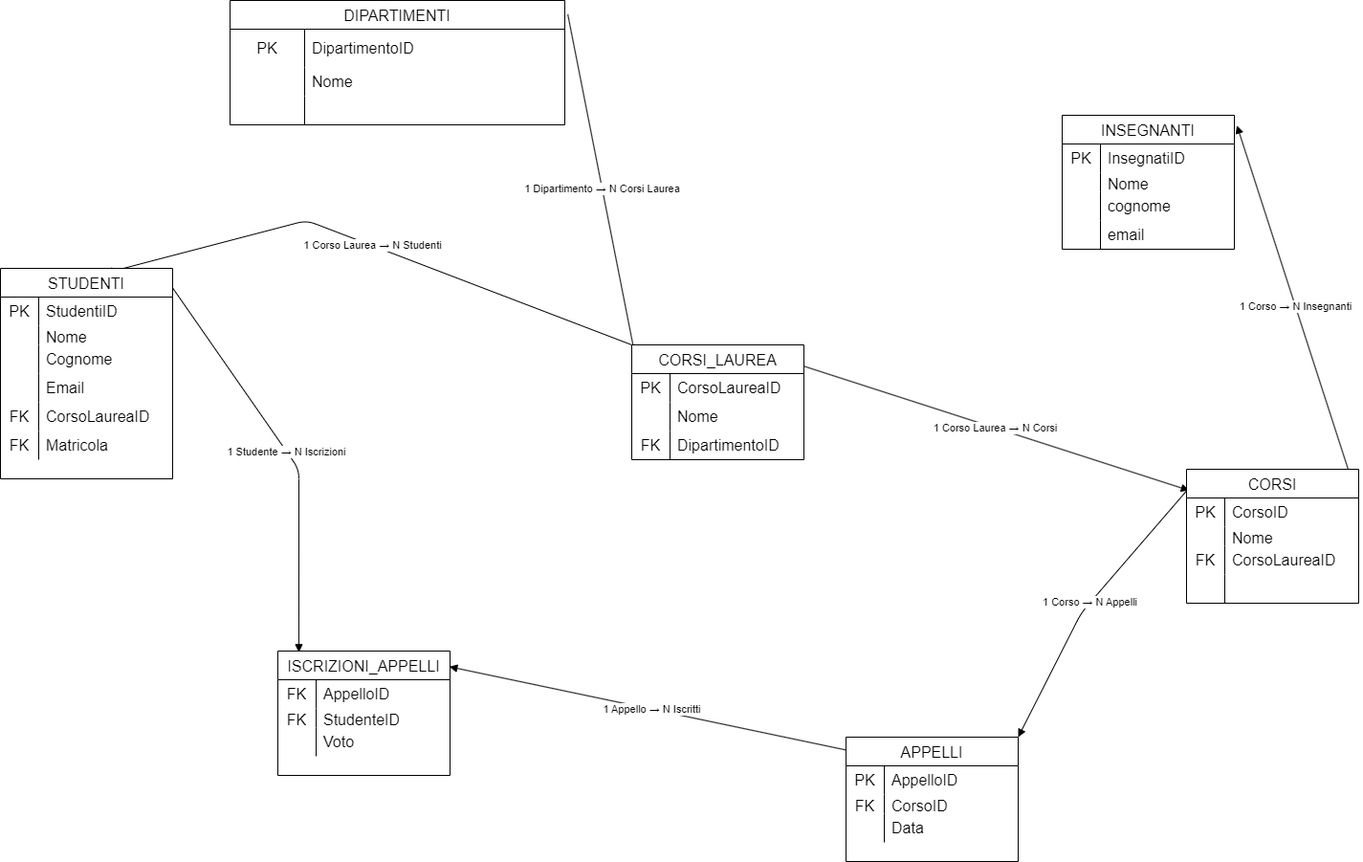
RiccardoDelrio/db-university keeps this draw.io diagram as university.png. Above is the earlier version. Source tidied: cells renumbered, new cells last; positions are measured from the earlier drawing's top-left corner, leaving out a move shared by most shapes.
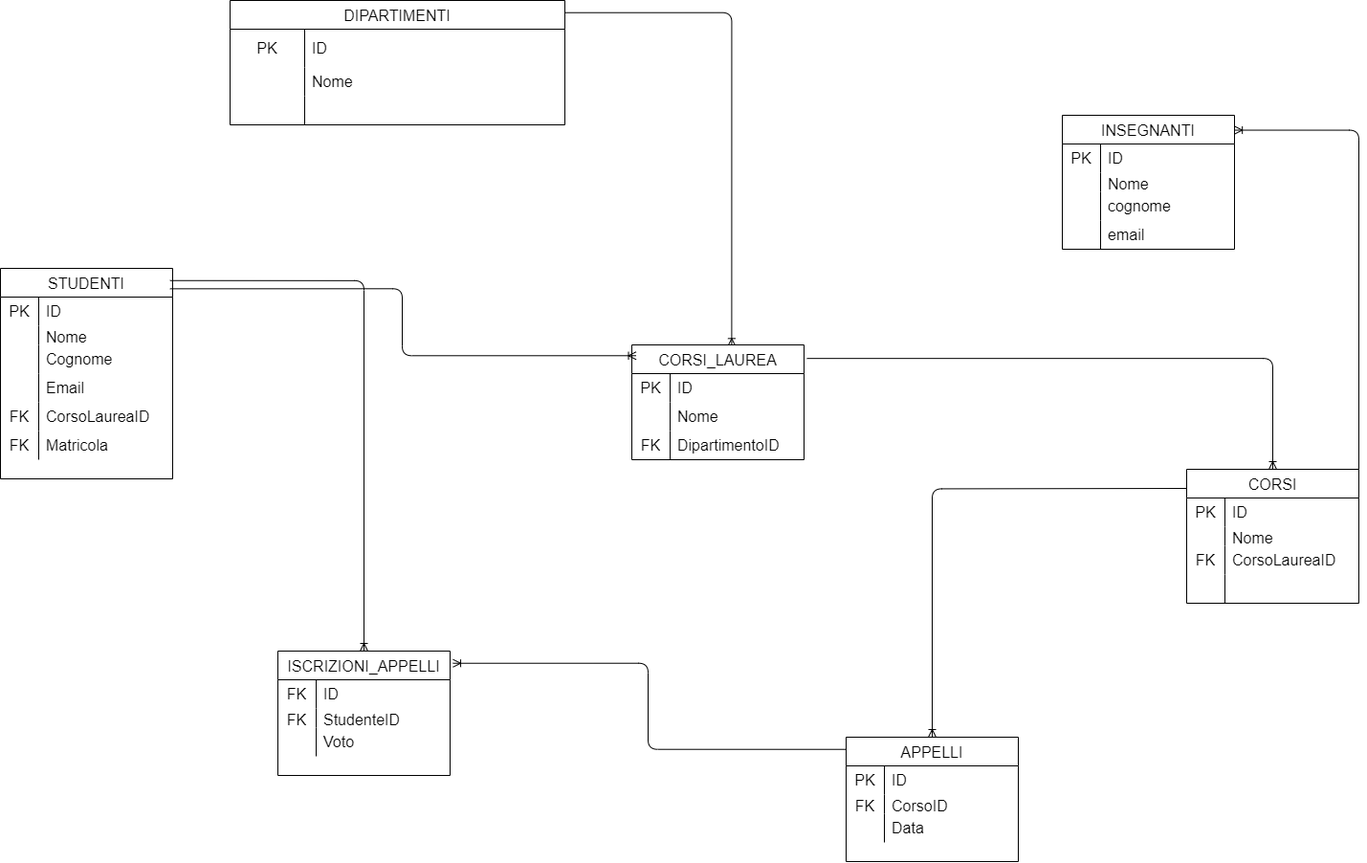
Above is the later version.

Change to the diagram source:
```diff
@@ -2,39 +2,9 @@
   <root>
     <mxCell id="0" />
     <mxCell id="1" parent="0" />
-    <mxCell id="2" value="1 Dipartimento → N Corsi Laurea" style="endArrow=block;html=1;exitX=1.009;exitY=0.112;exitDx=0;exitDy=0;entryX=0.029;entryY=0.166;entryDx=0;entryDy=0;entryPerimeter=0;exitPerimeter=0;" parent="1" edge="1" source="9" target="19">
+    <mxCell id="2" style="edgeStyle=orthogonalEdgeStyle;fontSize=12;html=1;endArrow=ERoneToMany;exitX=0.992;exitY=0.098;exitDx=0;exitDy=0;exitPerimeter=0;entryX=0.58;entryY=0.011;entryDx=0;entryDy=0;entryPerimeter=0;" parent="1" edge="1" source="9" target="19">
       <mxGeometry relative="1" as="geometry" />
     </mxCell>
-    <mxCell id="3" value="1 Corso Laurea → N Corsi" style="endArrow=block;html=1;exitX=0.99;exitY=0.181;exitDx=0;exitDy=0;exitPerimeter=0;entryX=0.015;entryY=0.158;entryDx=0;entryDy=0;entryPerimeter=0;" parent="1" edge="1" source="19" target="29">
-      <mxGeometry relative="1" as="geometry" />
-    </mxCell>
-    <mxCell id="4" value="1 Corso → N Appelli" style="endArrow=block;html=1;entryX=1;entryY=0;entryDx=0;entryDy=0;exitX=0.022;exitY=0.129;exitDx=0;exitDy=0;exitPerimeter=0;" parent="1" edge="1" source="29" target="55">
-      <mxGeometry relative="1" as="geometry">
-        <Array as="points">
-          <mxPoint x="1130" y="640" />
-        </Array>
-      </mxGeometry>
-    </mxCell>
-    <mxCell id="5" value="1 Studente → N Iscrizioni" style="endArrow=block;html=1;exitX=0.983;exitY=0.073;exitDx=0;exitDy=0;exitPerimeter=0;entryX=0.122;entryY=0.01;entryDx=0;entryDy=0;entryPerimeter=0;" parent="1" edge="1" source="65" target="84">
-      <mxGeometry relative="1" as="geometry">
-        <Array as="points">
-          <mxPoint x="312" y="490" />
-        </Array>
-      </mxGeometry>
-    </mxCell>
-    <mxCell id="6" value="1 Appello → N Iscritti" style="endArrow=block;html=1;exitX=0.033;exitY=0.113;exitDx=0;exitDy=0;exitPerimeter=0;entryX=0.996;entryY=0.126;entryDx=0;entryDy=0;entryPerimeter=0;" parent="1" edge="1" source="55" target="84">
-      <mxGeometry relative="1" as="geometry" />
-    </mxCell>
-    <mxCell id="7" value="1 Corso → N Insegnanti" style="endArrow=block;html=1;exitX=0.976;exitY=0.148;exitDx=0;exitDy=0;exitPerimeter=0;entryX=1.015;entryY=0.076;entryDx=0;entryDy=0;entryPerimeter=0;" parent="1" edge="1" source="29" target="42">
-      <mxGeometry relative="1" as="geometry" />
-    </mxCell>
-    <mxCell id="8" value="1 Corso Laurea → N Studenti" style="endArrow=block;html=1;exitX=0;exitY=0;exitDx=0;exitDy=0;entryX=0.607;entryY=0.023;entryDx=0;entryDy=0;entryPerimeter=0;" parent="1" edge="1" source="19" target="65">
-      <mxGeometry relative="1" as="geometry">
-        <Array as="points">
-          <mxPoint x="320" y="230" />
-        </Array>
-      </mxGeometry>
-    </mxCell>
     <mxCell id="9" value="DIPARTIMENTI" style="shape=table;startSize=30;rowLines=0;fontStyle=0;strokeColor=default;fontSize=16;" parent="1" vertex="1">
       <mxGeometry x="240" width="350" height="130" as="geometry" />
     </mxCell>
@@ -44,7 +14,7 @@
     <mxCell id="11" value="PK" style="shape=partialRectangle;html=1;whiteSpace=wrap;fillColor=none;top=0;left=0;bottom=0;right=0;overflow=hidden;strokeColor=inherit;fontSize=16;" parent="10" vertex="1">
       <mxGeometry width="78" height="40" as="geometry" />
     </mxCell>
-    <mxCell id="12" value="DipartimentoID&amp;nbsp;" style="shape=partialRectangle;html=1;whiteSpace=wrap;fillColor=none;top=0;left=0;bottom=0;right=0;align=left;spacingLeft=6;overflow=hidden;strokeColor=inherit;fontSize=16;" parent="10" vertex="1">
+    <mxCell id="12" value="ID" style="shape=partialRectangle;html=1;whiteSpace=wrap;fillColor=none;top=0;left=0;bottom=0;right=0;align=left;spacingLeft=6;overflow=hidden;strokeColor=inherit;fontSize=16;" parent="10" vertex="1">
       <mxGeometry x="78" width="272" height="40" as="geometry" />
     </mxCell>
     <mxCell id="13" style="shape=tableRow;horizontal=0;startSize=0;swimlaneHead=0;swimlaneBody=0;top=0;left=0;bottom=0;right=0;fillColor=none;strokeColor=inherit;fontSize=16;" parent="9" vertex="1">
@@ -74,7 +44,7 @@
     <mxCell id="21" value="PK" style="shape=partialRectangle;html=1;whiteSpace=wrap;fillColor=none;top=0;left=0;bottom=0;right=0;overflow=hidden;strokeColor=inherit;fontSize=16;" parent="20" vertex="1">
       <mxGeometry width="40" height="30" as="geometry" />
     </mxCell>
-    <mxCell id="22" value="CorsoLaureaID" style="shape=partialRectangle;html=1;whiteSpace=wrap;fillColor=none;top=0;left=0;bottom=0;right=0;align=left;spacingLeft=6;overflow=hidden;strokeColor=inherit;fontSize=16;" parent="20" vertex="1">
+    <mxCell id="22" value="ID" style="shape=partialRectangle;html=1;whiteSpace=wrap;fillColor=none;top=0;left=0;bottom=0;right=0;align=left;spacingLeft=6;overflow=hidden;strokeColor=inherit;fontSize=16;" parent="20" vertex="1">
       <mxGeometry x="40" width="140" height="30" as="geometry" />
     </mxCell>
     <mxCell id="23" style="shape=tableRow;horizontal=0;startSize=0;swimlaneHead=0;swimlaneBody=0;top=0;left=0;bottom=0;right=0;fillColor=none;strokeColor=inherit;fontSize=16;" parent="19" vertex="1">
@@ -104,7 +74,7 @@
     <mxCell id="31" value="PK" style="shape=partialRectangle;html=1;whiteSpace=wrap;fillColor=none;top=0;left=0;bottom=0;right=0;overflow=hidden;strokeColor=inherit;fontSize=16;" parent="30" vertex="1">
       <mxGeometry width="40" height="30" as="geometry" />
     </mxCell>
-    <mxCell id="32" value="CorsoID" style="shape=partialRectangle;html=1;whiteSpace=wrap;fillColor=none;top=0;left=0;bottom=0;right=0;align=left;spacingLeft=6;overflow=hidden;strokeColor=inherit;fontSize=16;" parent="30" vertex="1">
+    <mxCell id="32" value="ID" style="shape=partialRectangle;html=1;whiteSpace=wrap;fillColor=none;top=0;left=0;bottom=0;right=0;align=left;spacingLeft=6;overflow=hidden;strokeColor=inherit;fontSize=16;" parent="30" vertex="1">
       <mxGeometry x="40" width="140" height="30" as="geometry" />
     </mxCell>
     <mxCell id="33" style="shape=tableRow;horizontal=0;startSize=0;swimlaneHead=0;swimlaneBody=0;top=0;left=0;bottom=0;right=0;fillColor=none;strokeColor=inherit;fontSize=16;" parent="29" vertex="1">
@@ -143,7 +113,7 @@
     <mxCell id="44" value="PK" style="shape=partialRectangle;html=1;whiteSpace=wrap;fillColor=none;top=0;left=0;bottom=0;right=0;overflow=hidden;strokeColor=inherit;fontSize=16;" parent="43" vertex="1">
       <mxGeometry width="40" height="30" as="geometry" />
     </mxCell>
-    <mxCell id="45" value="InsegnatiID" style="shape=partialRectangle;html=1;whiteSpace=wrap;fillColor=none;top=0;left=0;bottom=0;right=0;align=left;spacingLeft=6;overflow=hidden;strokeColor=inherit;fontSize=16;" parent="43" vertex="1">
+    <mxCell id="45" value="ID" style="shape=partialRectangle;html=1;whiteSpace=wrap;fillColor=none;top=0;left=0;bottom=0;right=0;align=left;spacingLeft=6;overflow=hidden;strokeColor=inherit;fontSize=16;" parent="43" vertex="1">
       <mxGeometry x="40" width="140" height="30" as="geometry" />
     </mxCell>
     <mxCell id="46" style="shape=tableRow;horizontal=0;startSize=0;swimlaneHead=0;swimlaneBody=0;top=0;left=0;bottom=0;right=0;fillColor=none;strokeColor=inherit;fontSize=16;" parent="42" vertex="1">
@@ -182,7 +152,7 @@
     <mxCell id="57" value="PK" style="shape=partialRectangle;html=1;whiteSpace=wrap;fillColor=none;top=0;left=0;bottom=0;right=0;overflow=hidden;strokeColor=inherit;fontSize=16;" parent="56" vertex="1">
       <mxGeometry width="40" height="30" as="geometry" />
     </mxCell>
-    <mxCell id="58" value="AppelloID" style="shape=partialRectangle;html=1;whiteSpace=wrap;fillColor=none;top=0;left=0;bottom=0;right=0;align=left;spacingLeft=6;overflow=hidden;strokeColor=inherit;fontSize=16;" parent="56" vertex="1">
+    <mxCell id="58" value="ID" style="shape=partialRectangle;html=1;whiteSpace=wrap;fillColor=none;top=0;left=0;bottom=0;right=0;align=left;spacingLeft=6;overflow=hidden;strokeColor=inherit;fontSize=16;" parent="56" vertex="1">
       <mxGeometry x="40" width="140" height="30" as="geometry" />
     </mxCell>
     <mxCell id="59" style="shape=tableRow;horizontal=0;startSize=0;swimlaneHead=0;swimlaneBody=0;top=0;left=0;bottom=0;right=0;fillColor=none;strokeColor=inherit;fontSize=16;" parent="55" vertex="1">
@@ -212,7 +182,7 @@
     <mxCell id="67" value="PK" style="shape=partialRectangle;html=1;whiteSpace=wrap;fillColor=none;top=0;left=0;bottom=0;right=0;overflow=hidden;strokeColor=inherit;fontSize=16;" parent="66" vertex="1">
       <mxGeometry width="40" height="30" as="geometry" />
     </mxCell>
-    <mxCell id="68" value="StudentiID" style="shape=partialRectangle;html=1;whiteSpace=wrap;fillColor=none;top=0;left=0;bottom=0;right=0;align=left;spacingLeft=6;overflow=hidden;strokeColor=inherit;fontSize=16;" parent="66" vertex="1">
+    <mxCell id="68" value="ID" style="shape=partialRectangle;html=1;whiteSpace=wrap;fillColor=none;top=0;left=0;bottom=0;right=0;align=left;spacingLeft=6;overflow=hidden;strokeColor=inherit;fontSize=16;" parent="66" vertex="1">
       <mxGeometry x="40" width="140" height="30" as="geometry" />
     </mxCell>
     <mxCell id="69" style="shape=tableRow;horizontal=0;startSize=0;swimlaneHead=0;swimlaneBody=0;top=0;left=0;bottom=0;right=0;fillColor=none;strokeColor=inherit;fontSize=16;" parent="65" vertex="1">
@@ -269,7 +239,7 @@
     <mxCell id="86" value="FK" style="shape=partialRectangle;html=1;whiteSpace=wrap;fillColor=none;top=0;left=0;bottom=0;right=0;overflow=hidden;strokeColor=inherit;fontSize=16;" parent="85" vertex="1">
       <mxGeometry width="40" height="30" as="geometry" />
     </mxCell>
-    <mxCell id="87" value="AppelloID" style="shape=partialRectangle;html=1;whiteSpace=wrap;fillColor=none;top=0;left=0;bottom=0;right=0;align=left;spacingLeft=6;overflow=hidden;strokeColor=inherit;fontSize=16;" parent="85" vertex="1">
+    <mxCell id="87" value="ID" style="shape=partialRectangle;html=1;whiteSpace=wrap;fillColor=none;top=0;left=0;bottom=0;right=0;align=left;spacingLeft=6;overflow=hidden;strokeColor=inherit;fontSize=16;" parent="85" vertex="1">
       <mxGeometry x="40" width="140" height="30" as="geometry" />
     </mxCell>
     <mxCell id="88" style="shape=tableRow;horizontal=0;startSize=0;swimlaneHead=0;swimlaneBody=0;top=0;left=0;bottom=0;right=0;fillColor=none;strokeColor=inherit;fontSize=16;" parent="84" vertex="1">
@@ -290,5 +260,25 @@
     <mxCell id="93" value="Voto" style="shape=partialRectangle;html=1;whiteSpace=wrap;fillColor=none;top=0;left=0;bottom=0;right=0;align=left;spacingLeft=6;overflow=hidden;strokeColor=inherit;fontSize=16;" parent="91" vertex="1">
       <mxGeometry x="40" width="140" height="30" as="geometry" />
     </mxCell>
+    <mxCell id="94" style="edgeStyle=orthogonalEdgeStyle;fontSize=12;html=1;endArrow=ERoneToMany;exitX=0.985;exitY=0.097;exitDx=0;exitDy=0;exitPerimeter=0;entryX=0.025;entryY=0.094;entryDx=0;entryDy=0;entryPerimeter=0;" parent="1" edge="1" source="65" target="19">
+      <mxGeometry relative="1" as="geometry" />
+    </mxCell>
+    <mxCell id="5" style="edgeStyle=orthogonalEdgeStyle;fontSize=12;html=1;endArrow=ERoneToMany;exitX=0.985;exitY=0.058;exitDx=0;exitDy=0;exitPerimeter=0;entryX=0.5;entryY=0;entryDx=0;entryDy=0;" parent="1" edge="1" source="65" target="84">
+      <mxGeometry relative="1" as="geometry" />
+    </mxCell>
+    <mxCell id="6" style="edgeStyle=orthogonalEdgeStyle;fontSize=12;html=1;endArrow=ERoneToMany;exitX=0.002;exitY=0.098;exitDx=0;exitDy=0;exitPerimeter=0;entryX=1.017;entryY=0.098;entryDx=0;entryDy=0;entryPerimeter=0;" parent="1" edge="1" source="55" target="84">
+      <mxGeometry relative="1" as="geometry" />
+    </mxCell>
+    <mxCell id="95" style="edgeStyle=orthogonalEdgeStyle;fontSize=12;html=1;endArrow=ERoneToMany;exitX=0.002;exitY=0.098;exitDx=0;exitDy=0;exitPerimeter=0;entryX=0.5;entryY=0;entryDx=0;entryDy=0;" parent="1" edge="1" target="55">
+      <mxGeometry relative="1" as="geometry">
+        <mxPoint x="1240" y="510" as="sourcePoint" />
+      </mxGeometry>
+    </mxCell>
+    <mxCell id="3" style="edgeStyle=orthogonalEdgeStyle;fontSize=12;html=1;endArrow=ERoneToMany;exitX=1.017;exitY=0.118;exitDx=0;exitDy=0;exitPerimeter=0;entryX=0.5;entryY=0;entryDx=0;entryDy=0;" parent="1" edge="1" source="19" target="29">
+      <mxGeometry relative="1" as="geometry" />
+    </mxCell>
+    <mxCell id="7" style="edgeStyle=orthogonalEdgeStyle;fontSize=12;html=1;endArrow=ERoneToMany;exitX=1;exitY=0;exitDx=0;exitDy=0;entryX=1.001;entryY=0.111;entryDx=0;entryDy=0;entryPerimeter=0;" parent="1" edge="1" source="29" target="42">
+      <mxGeometry relative="1" as="geometry" />
+    </mxCell>
   </root>
 </mxGraphModel>
```
